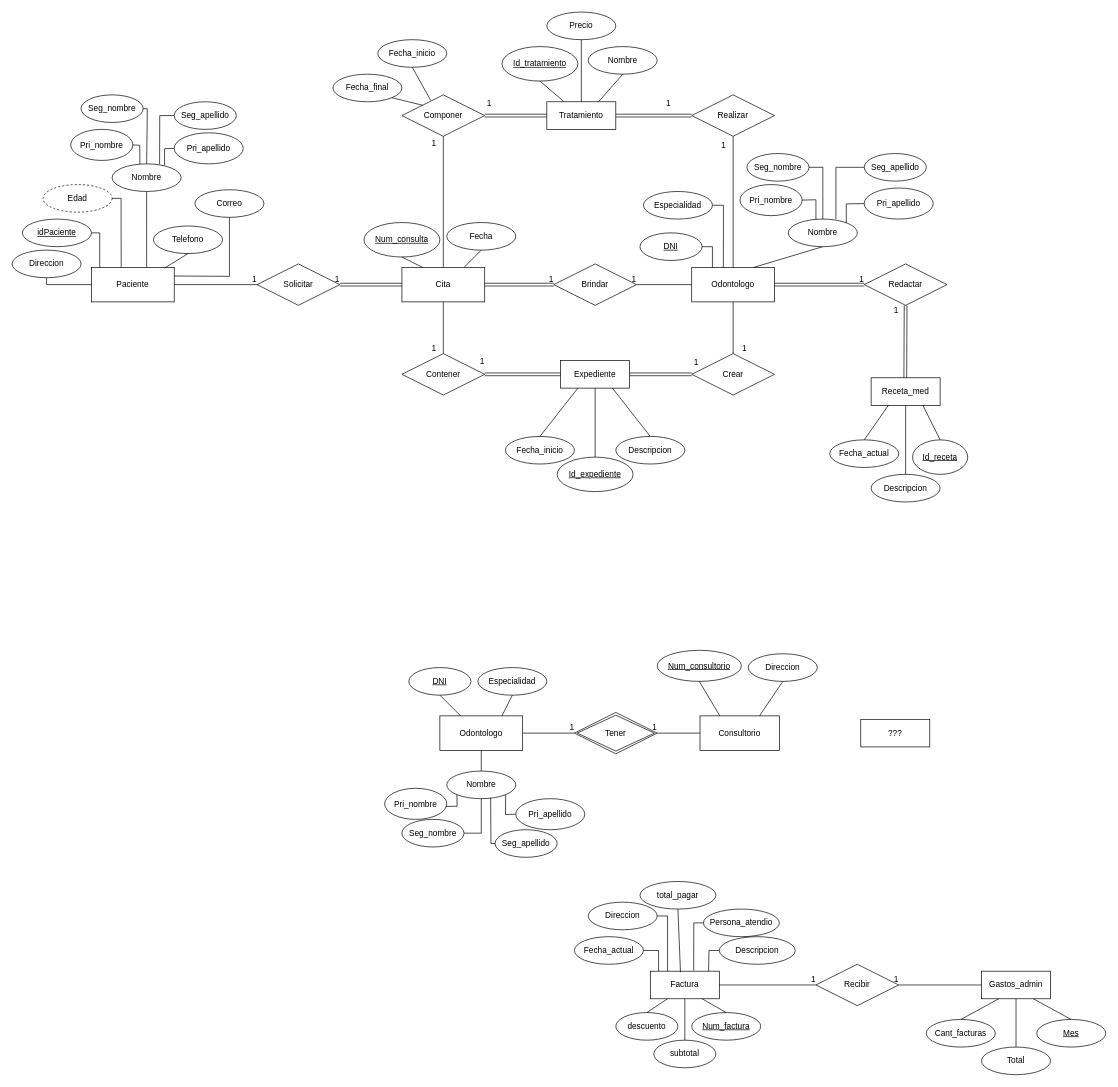
Earlier version of the draw.io diagram odontologia.drawio (ChessnuttGriffin/BasesDatos-AmyDiaz). Source tidied: cells renumbered, new cells numbered last; positions are measured from the earlier drawing's top-left corner, leaving out a move shared by most shapes. Both pictures are drawn from the tidied source at 69%, with x=0, y=0 at pixel (12, 12).
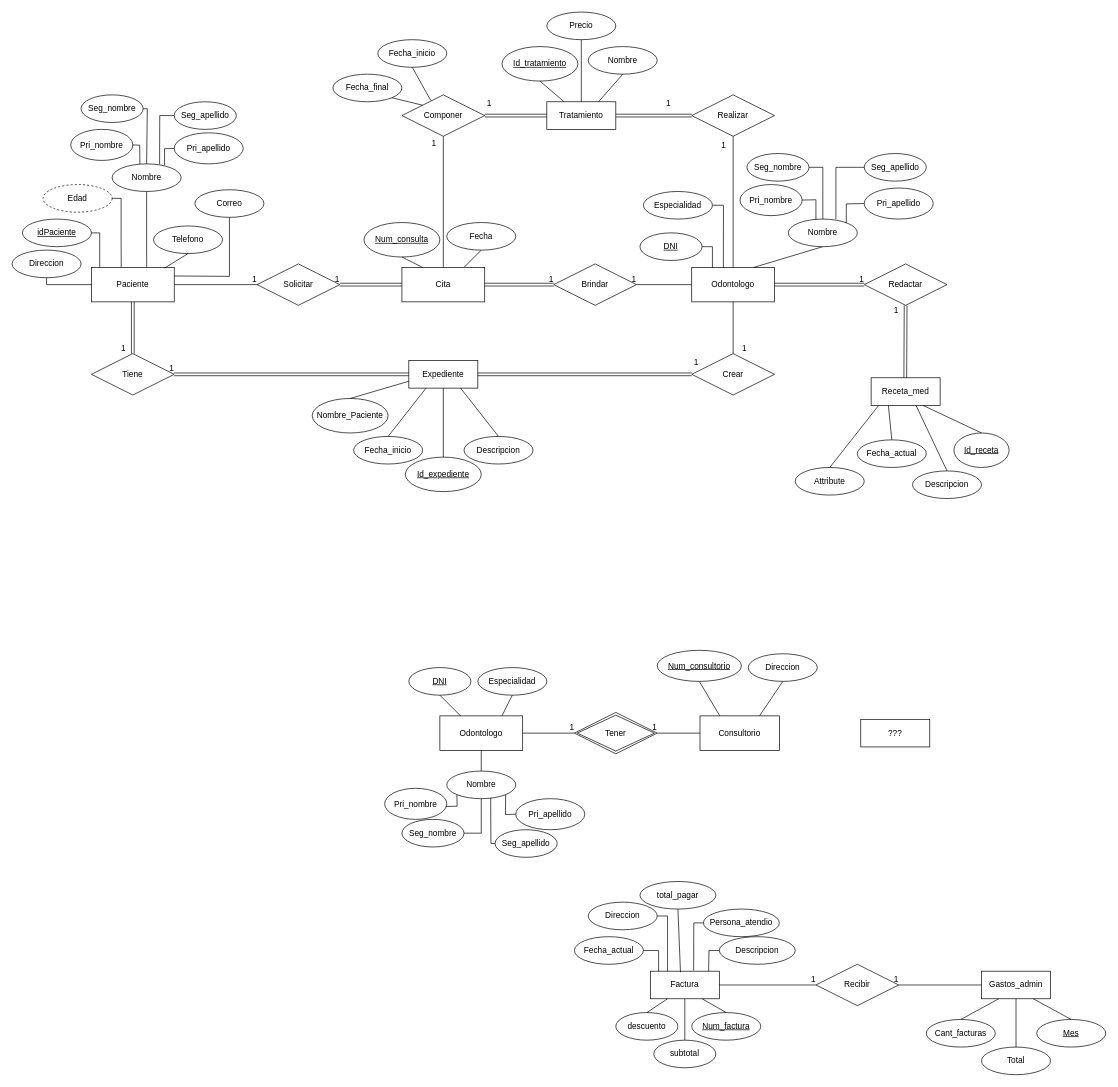
Above is the later version.

Unchanged cells that the change refers to:
```xml
<mxCell id="2" value="Paciente" style="whiteSpace=wrap;html=1;align=center;" parent="1" vertex="1">
  <mxGeometry x="115" y="370" width="120" height="50" as="geometry" />
</mxCell>
<mxCell id="3" value="Cita" style="whiteSpace=wrap;html=1;align=center;" parent="1" vertex="1">
  <mxGeometry x="565" y="370" width="120" height="50" as="geometry" />
</mxCell>
<mxCell id="6" value="Receta_med" style="whiteSpace=wrap;html=1;align=center;" parent="1" vertex="1">
  <mxGeometry x="1245" y="530" width="100" height="40" as="geometry" />
</mxCell>
```

Change to the diagram source:
```diff
@@
     <mxCell id="7" value="Expediente" style="whiteSpace=wrap;html=1;align=center;" parent="1" vertex="1">
-      <mxGeometry x="795" y="505" width="100" height="40" as="geometry" />
+      <mxGeometry x="575" y="505" width="100" height="40" as="geometry" />
     </mxCell>
@@
     <mxCell id="63" value="Id_expediente" style="ellipse;whiteSpace=wrap;html=1;align=center;fontStyle=4;" parent="1" vertex="1">
-      <mxGeometry x="790" y="645" width="110" height="50" as="geometry" />
+      <mxGeometry x="570" y="645" width="110" height="50" as="geometry" />
     </mxCell>
     <mxCell id="64" value="Fecha_inicio" style="ellipse;whiteSpace=wrap;html=1;align=center;" parent="1" vertex="1">
-      <mxGeometry x="715" y="615" width="100" height="40" as="geometry" />
+      <mxGeometry x="495" y="615" width="100" height="40" as="geometry" />
     </mxCell>
     <mxCell id="65" value="&lt;div&gt;Descripcion&lt;/div&gt;" style="ellipse;whiteSpace=wrap;html=1;align=center;" parent="1" vertex="1">
-      <mxGeometry x="875" y="615" width="100" height="40" as="geometry" />
+      <mxGeometry x="655" y="615" width="100" height="40" as="geometry" />
     </mxCell>
@@
-    <mxCell id="73" value="Contener" style="shape=rhombus;perimeter=rhombusPerimeter;whiteSpace=wrap;html=1;align=center;" parent="1" vertex="1">
-      <mxGeometry x="565" y="495" width="120" height="60" as="geometry" />
-    </mxCell>
@@
-    <mxCell id="75" style="shape=link;html=1;rounded=0;entryX=1;entryY=0.5;entryDx=0;entryDy=0;exitX=0;exitY=0.5;exitDx=0;exitDy=0;" parent="1" edge="1" source="7" target="73">
-      <mxGeometry relative="1" as="geometry" />
-    </mxCell>
-    <mxCell id="76" value="1" style="html=1;align=right;verticalAlign=bottom;" parent="75" vertex="1">
-      <mxGeometry x="1" relative="1" as="geometry">
-        <mxPoint y="-10" as="offset" />
-      </mxGeometry>
-    </mxCell>
@@
-    <mxCell id="79" style="endArrow=none;html=1;rounded=0;exitX=0.5;exitY=1;exitDx=0;exitDy=0;entryX=0.5;entryY=0;entryDx=0;entryDy=0;" parent="1" edge="1" source="3" target="73">
-      <mxGeometry relative="1" as="geometry" />
-    </mxCell>
-    <mxCell id="80" value="1" style="html=1;align=right;verticalAlign=bottom;" parent="79" vertex="1">
-      <mxGeometry x="1" relative="1" as="geometry">
-        <mxPoint x="-10" as="offset" />
-      </mxGeometry>
-    </mxCell>
@@
     <mxCell id="84" value="&lt;div&gt;Descripcion&lt;/div&gt;" style="ellipse;whiteSpace=wrap;html=1;align=center;" parent="1" vertex="1">
-      <mxGeometry x="1245" y="670" width="100" height="40" as="geometry" />
+      <mxGeometry x="1305" y="665" width="100" height="40" as="geometry" />
     </mxCell>
     <mxCell id="85" value="Id_receta" style="ellipse;whiteSpace=wrap;html=1;align=center;fontStyle=4;" parent="1" vertex="1">
-      <mxGeometry x="1305" y="620" width="80" height="50" as="geometry" />
+      <mxGeometry x="1365" y="610" width="80" height="50" as="geometry" />
     </mxCell>
     <mxCell id="86" value="Fecha_actual" style="ellipse;whiteSpace=wrap;html=1;align=center;" parent="1" vertex="1">
-      <mxGeometry x="1185" y="620" width="100" height="40" as="geometry" />
+      <mxGeometry x="1225" y="620" width="100" height="40" as="geometry" />
     </mxCell>
@@
-    <mxCell id="88" style="endArrow=none;html=1;rounded=0;exitX=0.5;exitY=0;exitDx=0;exitDy=0;entryX=0.5;entryY=1;entryDx=0;entryDy=0;" parent="1" edge="1" source="84" target="6">
+    <mxCell id="88" style="endArrow=none;html=1;rounded=0;exitX=0.5;exitY=0;exitDx=0;exitDy=0;entryX=0.65;entryY=1;entryDx=0;entryDy=0;entryPerimeter=0;" parent="1" edge="1" source="84" target="6">
       <mxGeometry relative="1" as="geometry" />
     </mxCell>
@@
+    <mxCell id="158" value="Nombre_Paciente" style="ellipse;whiteSpace=wrap;html=1;align=center;" parent="1" vertex="1">
+      <mxGeometry x="435" y="560" width="110" height="50" as="geometry" />
+    </mxCell>
+    <mxCell id="159" value="Tiene" style="shape=rhombus;perimeter=rhombusPerimeter;whiteSpace=wrap;html=1;align=center;" parent="1" vertex="1">
+      <mxGeometry x="115" y="495" width="120" height="60" as="geometry" />
+    </mxCell>
+    <mxCell id="160" style="shape=link;html=1;rounded=0;entryX=0.5;entryY=0;entryDx=0;entryDy=0;exitX=0.5;exitY=1;exitDx=0;exitDy=0;" parent="1" edge="1" source="2" target="159">
+      <mxGeometry relative="1" as="geometry" />
+    </mxCell>
+    <mxCell id="161" value="1" style="html=1;align=right;verticalAlign=bottom;" parent="160" vertex="1">
+      <mxGeometry x="1" relative="1" as="geometry">
+        <mxPoint x="-10" as="offset" />
+      </mxGeometry>
+    </mxCell>
+    <mxCell id="162" style="shape=link;html=1;rounded=0;entryX=1;entryY=0.5;entryDx=0;entryDy=0;exitX=0;exitY=0.5;exitDx=0;exitDy=0;" parent="1" edge="1" source="7" target="159">
+      <mxGeometry relative="1" as="geometry" />
+    </mxCell>
+    <mxCell id="163" value="1" style="html=1;align=right;verticalAlign=bottom;" parent="162" vertex="1">
+      <mxGeometry x="1" relative="1" as="geometry" />
+    </mxCell>
+    <mxCell id="164" style="endArrow=none;html=1;rounded=0;exitX=0.5;exitY=0;exitDx=0;exitDy=0;entryX=0;entryY=0.75;entryDx=0;entryDy=0;" parent="1" edge="1" source="158" target="7">
+      <mxGeometry relative="1" as="geometry" />
+    </mxCell>
+    <mxCell id="165" value="Attribute" style="ellipse;whiteSpace=wrap;html=1;align=center;" parent="1" vertex="1">
+      <mxGeometry x="1135" y="660" width="100" height="40" as="geometry" />
+    </mxCell>
+    <mxCell id="166" style="endArrow=none;html=1;rounded=0;exitX=0.5;exitY=0;exitDx=0;exitDy=0;entryX=0.11;entryY=1;entryDx=0;entryDy=0;entryPerimeter=0;" parent="1" edge="1" source="165" target="6">
+      <mxGeometry relative="1" as="geometry" />
+    </mxCell>
```
